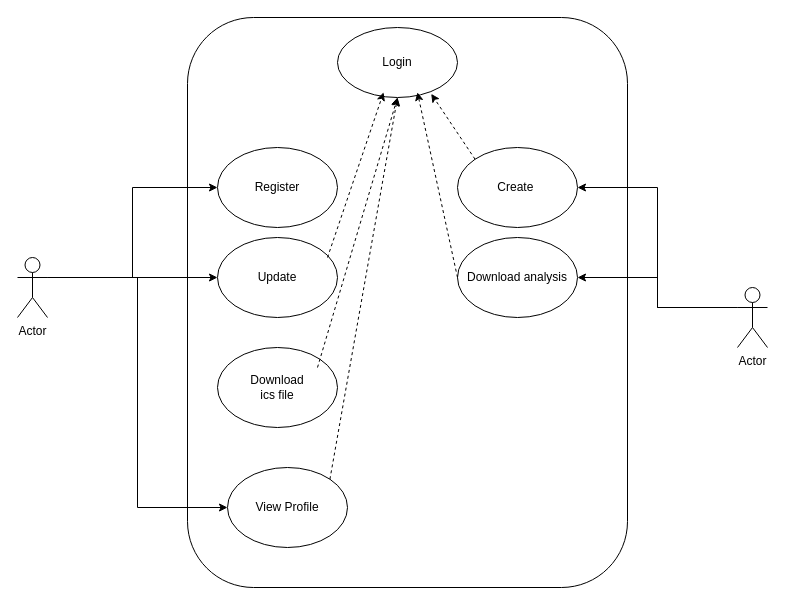
Above: page "Page-1" (1 of 2) of LifePrognosis-DesignDiagrams.drawio in JonahKayizzi/life-prognosis-gahinga6 (draw.io), before the change. Source tidied: cells renumbered, new cells numbered last; positions are measured from the earlier drawing's top-left corner, leaving out a move shared by most shapes. Both pictures are drawn from the tidied source at 100%, with x=0, y=0 at pixel (17, 17).
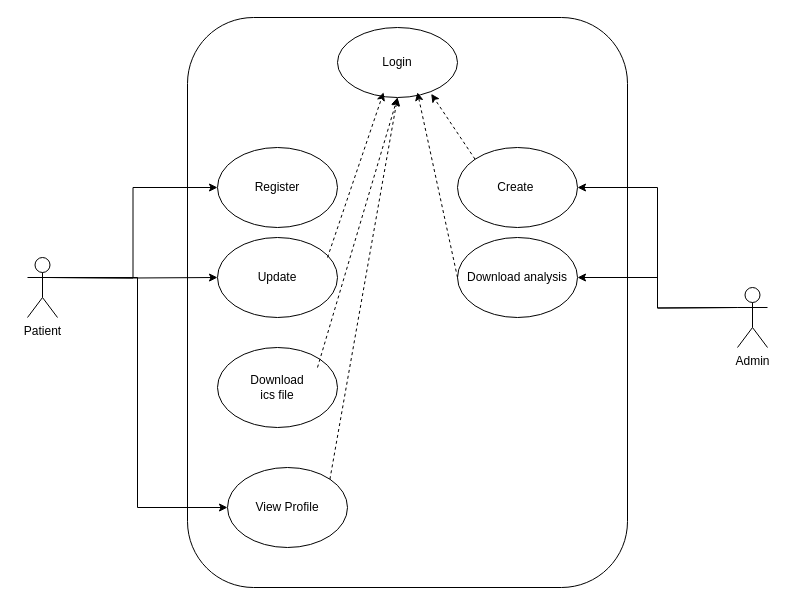
After the change.

Commit message (it also covers changes not shown here):
Add actor names

The change refers to these unchanged cells:
```xml
<mxCell id="4" value="Register" style="ellipse;whiteSpace=wrap;html=1;" parent="1" vertex="1">
  <mxGeometry x="200" y="130" width="120" height="80" as="geometry" />
</mxCell>
<mxCell id="5" value="Update" style="ellipse;whiteSpace=wrap;html=1;" parent="1" vertex="1">
  <mxGeometry x="200" y="220" width="120" height="80" as="geometry" />
</mxCell>
<mxCell id="7" value="View Profile" style="ellipse;whiteSpace=wrap;html=1;" parent="1" vertex="1">
  <mxGeometry x="210" y="450" width="120" height="80" as="geometry" />
</mxCell>
<mxCell id="8" value="Create&amp;nbsp;" style="ellipse;whiteSpace=wrap;html=1;" parent="1" vertex="1">
  <mxGeometry x="440" y="130" width="120" height="80" as="geometry" />
</mxCell>
<mxCell id="9" value="Download analysis" style="ellipse;whiteSpace=wrap;html=1;" parent="1" vertex="1">
  <mxGeometry x="440" y="220" width="120" height="80" as="geometry" />
</mxCell>
```

What changed in the source:
```diff
@@
-    <mxCell id="10" style="edgeStyle=orthogonalEdgeStyle;rounded=0;jettySize=auto;html=1;exitX=1;exitY=0.3333333333333333;exitDx=0;exitDy=0;exitPerimeter=0;" parent="1" edge="1" source="13" target="5">
-      <mxGeometry relative="1" as="geometry" />
+    <mxCell id="10" style="edgeStyle=orthogonalEdgeStyle;rounded=0;jettySize=auto;html=1;exitX=1;exitY=0.3333333333333333;exitDx=0;exitDy=0;exitPerimeter=0;" parent="1" edge="1" target="5">
+      <mxGeometry relative="1" as="geometry">
+        <mxPoint x="30" y="260" as="sourcePoint" />
+      </mxGeometry>
     </mxCell>
-    <mxCell id="11" style="edgeStyle=orthogonalEdgeStyle;rounded=0;jettySize=auto;html=1;exitX=1;exitY=0.3333333333333333;exitDx=0;exitDy=0;exitPerimeter=0;entryX=0;entryY=0.5;entryDx=0;entryDy=0;" parent="1" edge="1" source="13" target="7">
-      <mxGeometry relative="1" as="geometry" />
+    <mxCell id="11" style="edgeStyle=orthogonalEdgeStyle;rounded=0;jettySize=auto;html=1;exitX=1;exitY=0.3333333333333333;exitDx=0;exitDy=0;exitPerimeter=0;entryX=0;entryY=0.5;entryDx=0;entryDy=0;" parent="1" edge="1" target="7">
+      <mxGeometry relative="1" as="geometry">
+        <mxPoint x="30" y="260" as="sourcePoint" />
+        <Array as="points">
+          <mxPoint x="120" y="260" />
+          <mxPoint x="120" y="490" />
+        </Array>
+      </mxGeometry>
     </mxCell>
-    <mxCell id="12" style="edgeStyle=orthogonalEdgeStyle;rounded=0;jettySize=auto;html=1;exitX=1;exitY=0.3333333333333333;exitDx=0;exitDy=0;exitPerimeter=0;entryX=0;entryY=0.5;entryDx=0;entryDy=0;" parent="1" edge="1" source="13" target="4">
-      <mxGeometry relative="1" as="geometry" />
+    <mxCell id="12" style="edgeStyle=orthogonalEdgeStyle;rounded=0;jettySize=auto;html=1;exitX=1;exitY=0.3333333333333333;exitDx=0;exitDy=0;exitPerimeter=0;entryX=0;entryY=0.5;entryDx=0;entryDy=0;" parent="1" edge="1" target="4">
+      <mxGeometry relative="1" as="geometry">
+        <mxPoint x="30" y="260" as="sourcePoint" />
+      </mxGeometry>
     </mxCell>
-    <mxCell id="13" value="Actor" style="shape=umlActor;verticalLabelPosition=bottom;verticalAlign=top;html=1;outlineConnect=0;" parent="1" vertex="1">
-      <mxGeometry y="240" width="30" height="60" as="geometry" />
-    </mxCell>
-    <mxCell id="14" style="edgeStyle=orthogonalEdgeStyle;rounded=0;jettySize=auto;html=1;exitX=0;exitY=0.3333333333333333;exitDx=0;exitDy=0;exitPerimeter=0;entryX=1;entryY=0.5;entryDx=0;entryDy=0;" parent="1" edge="1" source="16" target="8">
-      <mxGeometry relative="1" as="geometry" />
+    <mxCell id="14" style="edgeStyle=orthogonalEdgeStyle;rounded=0;jettySize=auto;html=1;exitX=0;exitY=0.3333333333333333;exitDx=0;exitDy=0;exitPerimeter=0;entryX=1;entryY=0.5;entryDx=0;entryDy=0;" parent="1" edge="1" target="8">
+      <mxGeometry relative="1" as="geometry">
+        <mxPoint x="720" y="290" as="sourcePoint" />
+      </mxGeometry>
     </mxCell>
-    <mxCell id="15" style="edgeStyle=orthogonalEdgeStyle;rounded=0;jettySize=auto;html=1;exitX=0;exitY=0.3333333333333333;exitDx=0;exitDy=0;exitPerimeter=0;entryX=1;entryY=0.5;entryDx=0;entryDy=0;" parent="1" edge="1" source="16" target="9">
-      <mxGeometry relative="1" as="geometry" />
+    <mxCell id="15" style="edgeStyle=orthogonalEdgeStyle;rounded=0;jettySize=auto;html=1;exitX=0;exitY=0.3333333333333333;exitDx=0;exitDy=0;exitPerimeter=0;entryX=1;entryY=0.5;entryDx=0;entryDy=0;" parent="1" edge="1" target="9">
+      <mxGeometry relative="1" as="geometry">
+        <mxPoint x="720" y="290" as="sourcePoint" />
+      </mxGeometry>
     </mxCell>
-    <mxCell id="16" value="Actor" style="shape=umlActor;verticalLabelPosition=bottom;verticalAlign=top;html=1;outlineConnect=0;" parent="1" vertex="1">
-      <mxGeometry x="720" y="270" width="30" height="60" as="geometry" />
-    </mxCell>
@@
+    <mxCell id="22" value="Patient" style="shape=umlActor;html=1;verticalLabelPosition=bottom;verticalAlign=top;align=center;" parent="1" vertex="1">
+      <mxGeometry x="10" y="240" width="30" height="60" as="geometry" />
+    </mxCell>
+    <mxCell id="23" value="Admin" style="shape=umlActor;html=1;verticalLabelPosition=bottom;verticalAlign=top;align=center;" parent="1" vertex="1">
+      <mxGeometry x="720" y="270" width="30" height="60" as="geometry" />
+    </mxCell>
```
